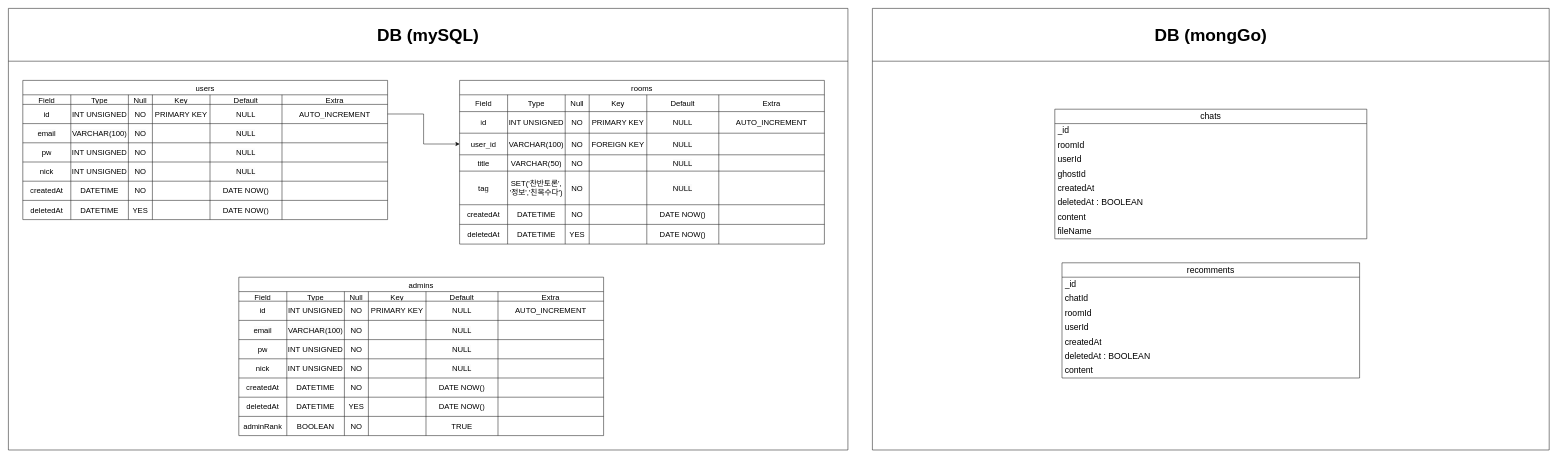
The draw.io diagram projectfile/DB.drawio in oniri1/chattingSite_project, before the edit. Source tidied: cells renumbered, new cells numbered last; positions are measured from the earlier drawing's top-left corner, leaving out a move shared by most shapes. Both pictures are drawn from the tidied source at 48%, with x=0, y=0 at pixel (8, 8).
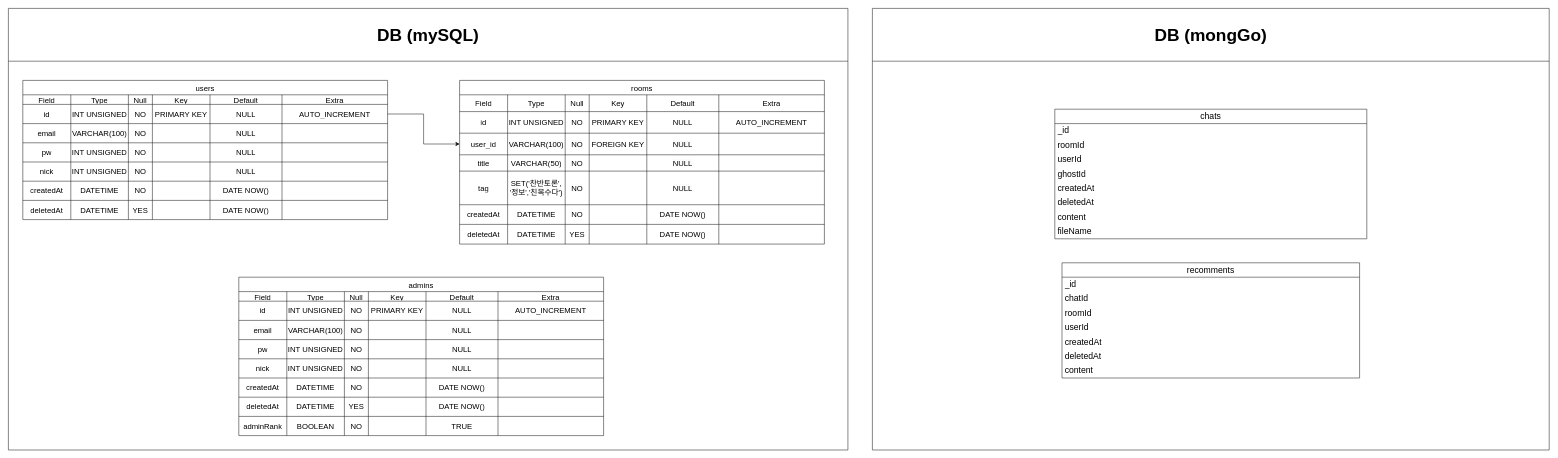
The same diagram, later.

Unchanged cells that the change refers to:
```xml
<mxCell id="162" value="recomments" style="swimlane;fontStyle=0;horizontal=1;startSize=30;whiteSpace=wrap;html=1;fontSize=18;" parent="161" vertex="1">
  <mxGeometry x="395" y="530" width="620" height="240" as="geometry" />
</mxCell>
<mxCell id="170" value="chats" style="swimlane;fontStyle=0;horizontal=1;startSize=30;whiteSpace=wrap;html=1;fontSize=18;" parent="161" vertex="1">
  <mxGeometry x="380" y="210" width="650" height="270" as="geometry" />
</mxCell>
```

Change to the diagram source:
```diff
@@
-    <mxCell id="168" value="deletedAt : BOOLEAN" style="text;strokeColor=none;fillColor=none;align=left;verticalAlign=middle;spacingLeft=4;spacingRight=4;overflow=hidden;whiteSpace=wrap;html=1;fontSize=18;" parent="162" vertex="1">
+    <mxCell id="168" value="deletedAt" style="text;strokeColor=none;fillColor=none;align=left;verticalAlign=middle;spacingLeft=4;spacingRight=4;overflow=hidden;whiteSpace=wrap;html=1;fontSize=18;" parent="162" vertex="1">
       <mxGeometry y="180" width="620" height="30" as="geometry" />
     </mxCell>
@@
-    <mxCell id="176" value="deletedAt : BOOLEAN" style="text;strokeColor=none;fillColor=none;align=left;verticalAlign=middle;spacingLeft=4;spacingRight=4;overflow=hidden;whiteSpace=wrap;html=1;fontSize=18;" parent="170" vertex="1">
+    <mxCell id="176" value="deletedAt" style="text;strokeColor=none;fillColor=none;align=left;verticalAlign=middle;spacingLeft=4;spacingRight=4;overflow=hidden;whiteSpace=wrap;html=1;fontSize=18;" parent="170" vertex="1">
       <mxGeometry y="180" width="650" height="30" as="geometry" />
     </mxCell>
```
